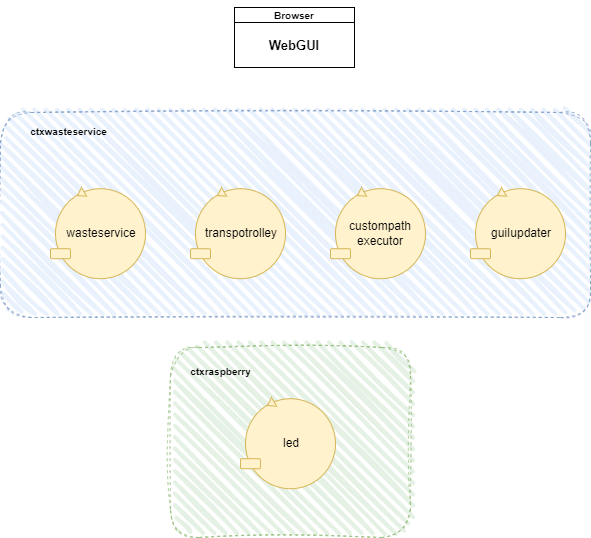
The draw.io diagram Sprint-3/userDocs/img/Focus-Sprint3.png in LucaLand/WasteService22-LLA, before a commit. Source tidied: cells renumbered, new cells last; positions are measured from the earlier drawing's top-left corner, leaving out a move shared by most shapes. Its diagram source:
```xml
<mxGraphModel>
  <root>
    <mxCell id="0" />
    <mxCell id="1" parent="0" />
    <mxCell id="2" style="rounded=1;whiteSpace=wrap;html=1;strokeWidth=1;fillWeight=4;hachureGap=8;hachureAngle=45;fillColor=#dae8fc;dashed=1;strokeColor=#6c8ebf;fillStyle=hachure;perimeterSpacing=1;sketch=1;curveFitting=1;jiggle=2;shadow=0;glass=0;opacity=60;" parent="1" vertex="1">
      <mxGeometry y="112" width="590" height="205" as="geometry" />
    </mxCell>
    <mxCell id="3" value="&lt;span style=&quot;font-size: 10px;&quot;&gt;ctxwasteservice&lt;br&gt;&lt;/span&gt;" style="text;strokeColor=none;fillColor=none;html=1;fontSize=24;fontStyle=1;verticalAlign=middle;align=center;" parent="1" vertex="1">
      <mxGeometry x="17.8" y="107" width="100" height="40" as="geometry" />
    </mxCell>
    <mxCell id="4" style="group;" parent="1" vertex="1">
      <mxGeometry x="470" y="187" width="95" height="91.2" as="geometry" />
    </mxCell>
    <mxCell id="5" style="ellipse;whiteSpace=wrap;html=1;fillColor=#fff2cc;strokeColor=#d6b656;" parent="4" vertex="1">
      <mxGeometry x="5" y="1.2" width="90" height="90" as="geometry" />
    </mxCell>
    <mxCell id="6" style="rounded=1;whiteSpace=wrap;html=1;fillColor=#fff2cc;strokeColor=#d6b656;" parent="4" vertex="1">
      <mxGeometry y="61.2" width="20" height="10" as="geometry" />
    </mxCell>
    <mxCell id="7" style="triangle;whiteSpace=wrap;html=1;rotation=-210;fillColor=#fff2cc;strokeColor=#d6b656;" parent="4" vertex="1">
      <mxGeometry x="26.5" y="1.2" width="7.5" height="10" as="geometry" />
    </mxCell>
    <mxCell id="8" value="guiIupdater" style="text;html=1;strokeColor=none;fillColor=none;align=center;verticalAlign=middle;whiteSpace=wrap;rounded=0;" parent="4" vertex="1">
      <mxGeometry x="7" y="8.7" width="88" height="75" as="geometry" />
    </mxCell>
    <mxCell id="9" style="rounded=1;whiteSpace=wrap;html=1;strokeWidth=1;fillWeight=4;hachureGap=8;hachureAngle=45;fillColor=#d5e8d4;dashed=1;strokeColor=#82b366;fillStyle=hachure;perimeterSpacing=1;sketch=1;curveFitting=1;jiggle=2;shadow=0;glass=0;opacity=60;" parent="1" vertex="1">
      <mxGeometry x="170" y="347" width="240" height="190" as="geometry" />
    </mxCell>
    <mxCell id="10" style="group;" parent="1" vertex="1">
      <mxGeometry x="330" y="187" width="95" height="91.2" as="geometry" />
    </mxCell>
    <mxCell id="11" value="custompath&lt;br&gt;executor" style="ellipse;whiteSpace=wrap;html=1;fillColor=#fff2cc;strokeColor=#d6b656;" parent="10" vertex="1">
      <mxGeometry x="5" y="1.2" width="90" height="90" as="geometry" />
    </mxCell>
    <mxCell id="12" style="rounded=1;whiteSpace=wrap;html=1;fillColor=#fff2cc;strokeColor=#d6b656;" parent="10" vertex="1">
      <mxGeometry y="61.2" width="20" height="10" as="geometry" />
    </mxCell>
    <mxCell id="13" style="triangle;whiteSpace=wrap;html=1;rotation=-210;fillColor=#fff2cc;strokeColor=#d6b656;" parent="10" vertex="1">
      <mxGeometry x="26.5" y="1.2" width="7.5" height="10" as="geometry" />
    </mxCell>
    <mxCell id="14" style="group;" parent="1" vertex="1">
      <mxGeometry x="190" y="187" width="95" height="91.2" as="geometry" />
    </mxCell>
    <mxCell id="15" style="ellipse;whiteSpace=wrap;html=1;fillColor=#fff2cc;strokeColor=#d6b656;" parent="14" vertex="1">
      <mxGeometry x="5" y="1.2" width="90" height="90" as="geometry" />
    </mxCell>
    <mxCell id="16" style="rounded=1;whiteSpace=wrap;html=1;fillColor=#fff2cc;strokeColor=#d6b656;" parent="14" vertex="1">
      <mxGeometry y="61.2" width="20" height="10" as="geometry" />
    </mxCell>
    <mxCell id="17" style="triangle;whiteSpace=wrap;html=1;rotation=-210;fillColor=#fff2cc;strokeColor=#d6b656;" parent="14" vertex="1">
      <mxGeometry x="26.5" y="1.2" width="7.5" height="10" as="geometry" />
    </mxCell>
    <mxCell id="18" value="transpotrolley" style="text;html=1;strokeColor=none;fillColor=none;align=center;verticalAlign=middle;whiteSpace=wrap;rounded=0;" parent="14" vertex="1">
      <mxGeometry x="7" y="8.7" width="88" height="75" as="geometry" />
    </mxCell>
    <mxCell id="19" style="group;" parent="1" vertex="1">
      <mxGeometry x="50" y="187" width="95" height="91.2" as="geometry" />
    </mxCell>
    <mxCell id="20" style="ellipse;whiteSpace=wrap;html=1;fillColor=#fff2cc;strokeColor=#d6b656;" parent="19" vertex="1">
      <mxGeometry x="5" y="1.2" width="90" height="90" as="geometry" />
    </mxCell>
    <mxCell id="21" style="rounded=1;whiteSpace=wrap;html=1;fillColor=#fff2cc;strokeColor=#d6b656;" parent="19" vertex="1">
      <mxGeometry y="61.2" width="20" height="10" as="geometry" />
    </mxCell>
    <mxCell id="22" style="triangle;whiteSpace=wrap;html=1;rotation=-210;fillColor=#fff2cc;strokeColor=#d6b656;" parent="19" vertex="1">
      <mxGeometry x="26.5" y="1.2" width="7.5" height="10" as="geometry" />
    </mxCell>
    <mxCell id="23" value="wasteservice" style="text;html=1;strokeColor=none;fillColor=none;align=center;verticalAlign=middle;whiteSpace=wrap;rounded=0;" parent="19" vertex="1">
      <mxGeometry x="7" y="8.7" width="88" height="75" as="geometry" />
    </mxCell>
    <mxCell id="24" value="&lt;span style=&quot;font-size: 10px;&quot;&gt;ctxraspberry&lt;br&gt;&lt;/span&gt;" style="text;strokeColor=none;fillColor=none;html=1;fontSize=24;fontStyle=1;verticalAlign=middle;align=center;" parent="1" vertex="1">
      <mxGeometry x="170" y="347" width="100" height="40" as="geometry" />
    </mxCell>
    <mxCell id="25" style="group;" parent="1" vertex="1">
      <mxGeometry x="240" y="397" width="95" height="91.2" as="geometry" />
    </mxCell>
    <mxCell id="26" style="ellipse;whiteSpace=wrap;html=1;fillColor=#fff2cc;strokeColor=#d6b656;" parent="25" vertex="1">
      <mxGeometry x="5" y="1.2" width="90" height="90" as="geometry" />
    </mxCell>
    <mxCell id="27" style="rounded=1;whiteSpace=wrap;html=1;fillColor=#fff2cc;strokeColor=#d6b656;" parent="25" vertex="1">
      <mxGeometry y="61.2" width="20" height="10" as="geometry" />
    </mxCell>
    <mxCell id="28" style="triangle;whiteSpace=wrap;html=1;rotation=-210;fillColor=#fff2cc;strokeColor=#d6b656;" parent="25" vertex="1">
      <mxGeometry x="26.5" y="1.2" width="7.5" height="10" as="geometry" />
    </mxCell>
    <mxCell id="29" value="led" style="text;html=1;strokeColor=none;fillColor=none;align=center;verticalAlign=middle;whiteSpace=wrap;rounded=0;" parent="25" vertex="1">
      <mxGeometry x="7" y="8.7" width="88" height="75" as="geometry" />
    </mxCell>
    <mxCell id="30" style="group;" parent="1" vertex="1">
      <mxGeometry x="234" y="7" width="120" height="60" as="geometry" />
    </mxCell>
    <mxCell id="31" style="rounded=0;whiteSpace=wrap;html=1;" parent="30" vertex="1">
      <mxGeometry width="120" height="60" as="geometry" />
    </mxCell>
    <mxCell id="32" style="endArrow=none;html=1;rounded=0;entryX=1;entryY=0.25;entryDx=0;entryDy=0;exitX=0;exitY=0.25;exitDx=0;exitDy=0;" parent="30" edge="1" source="31" target="31">
      <mxGeometry relative="1" as="geometry" />
    </mxCell>
    <mxCell id="33" value="&lt;b&gt;&lt;font style=&quot;font-size: 10px;&quot;&gt;Browser&lt;/font&gt;&lt;/b&gt;" style="text;html=1;strokeColor=none;fillColor=none;align=center;verticalAlign=middle;whiteSpace=wrap;rounded=0;" parent="30" vertex="1">
      <mxGeometry x="30" y="-7" width="60" height="30" as="geometry" />
    </mxCell>
    <mxCell id="34" value="&lt;b&gt;&lt;font style=&quot;font-size: 13px;&quot;&gt;WebGUI&lt;/font&gt;&lt;/b&gt;" style="text;html=1;strokeColor=none;fillColor=none;align=center;verticalAlign=middle;whiteSpace=wrap;rounded=0;" parent="30" vertex="1">
      <mxGeometry x="30" y="23" width="60" height="30" as="geometry" />
    </mxCell>
  </root>
</mxGraphModel>
```
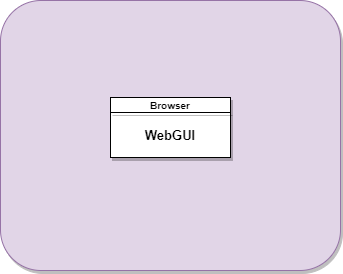
The same diagram one commit later.

The edit, as a diff of the source:
```diff
@@ -2,104 +2,23 @@
   <root>
     <mxCell id="0" />
     <mxCell id="1" parent="0" />
-    <mxCell id="2" style="rounded=1;whiteSpace=wrap;html=1;strokeWidth=1;fillWeight=4;hachureGap=8;hachureAngle=45;fillColor=#dae8fc;dashed=1;strokeColor=#6c8ebf;fillStyle=hachure;perimeterSpacing=1;sketch=1;curveFitting=1;jiggle=2;shadow=0;glass=0;opacity=60;" parent="1" vertex="1">
-      <mxGeometry y="112" width="590" height="205" as="geometry" />
+    <mxCell id="2" style="rounded=1;whiteSpace=wrap;html=1;fillColor=#e1d5e7;strokeColor=#9673a6;shadow=1;" parent="1" vertex="1">
+      <mxGeometry x="100" y="-163" width="340" height="270" as="geometry" />
     </mxCell>
-    <mxCell id="3" value="&lt;span style=&quot;font-size: 10px;&quot;&gt;ctxwasteservice&lt;br&gt;&lt;/span&gt;" style="text;strokeColor=none;fillColor=none;html=1;fontSize=24;fontStyle=1;verticalAlign=middle;align=center;" parent="1" vertex="1">
-      <mxGeometry x="17.8" y="107" width="100" height="40" as="geometry" />
+    <mxCell id="3" style="group;shadow=1;" parent="1" vertex="1">
+      <mxGeometry x="210" y="-66" width="120" height="60" as="geometry" />
     </mxCell>
-    <mxCell id="4" style="group;" parent="1" vertex="1">
-      <mxGeometry x="470" y="187" width="95" height="91.2" as="geometry" />
+    <mxCell id="4" style="rounded=0;whiteSpace=wrap;html=1;shadow=1;" parent="3" vertex="1">
+      <mxGeometry width="120" height="60" as="geometry" />
     </mxCell>
-    <mxCell id="5" style="ellipse;whiteSpace=wrap;html=1;fillColor=#fff2cc;strokeColor=#d6b656;" parent="4" vertex="1">
-      <mxGeometry x="5" y="1.2" width="90" height="90" as="geometry" />
+    <mxCell id="5" style="endArrow=none;html=1;rounded=0;entryX=1;entryY=0.25;entryDx=0;entryDy=0;exitX=0;exitY=0.25;exitDx=0;exitDy=0;shadow=1;" parent="3" edge="1" source="4" target="4">
+      <mxGeometry relative="1" as="geometry" />
     </mxCell>
-    <mxCell id="6" style="rounded=1;whiteSpace=wrap;html=1;fillColor=#fff2cc;strokeColor=#d6b656;" parent="4" vertex="1">
-      <mxGeometry y="61.2" width="20" height="10" as="geometry" />
+    <mxCell id="6" value="&lt;b&gt;&lt;font style=&quot;font-size: 10px;&quot;&gt;Browser&lt;/font&gt;&lt;/b&gt;" style="text;html=1;strokeColor=none;fillColor=none;align=center;verticalAlign=middle;whiteSpace=wrap;rounded=0;shadow=1;" parent="3" vertex="1">
+      <mxGeometry x="30" y="-7" width="60" height="30" as="geometry" />
     </mxCell>
-    <mxCell id="7" style="triangle;whiteSpace=wrap;html=1;rotation=-210;fillColor=#fff2cc;strokeColor=#d6b656;" parent="4" vertex="1">
-      <mxGeometry x="26.5" y="1.2" width="7.5" height="10" as="geometry" />
+    <mxCell id="7" value="&lt;b&gt;&lt;font style=&quot;font-size: 13px;&quot;&gt;WebGUI&lt;/font&gt;&lt;/b&gt;" style="text;html=1;strokeColor=none;fillColor=none;align=center;verticalAlign=middle;whiteSpace=wrap;rounded=0;shadow=1;" parent="3" vertex="1">
+      <mxGeometry x="30" y="23" width="60" height="30" as="geometry" />
     </mxCell>
-    <mxCell id="8" value="guiIupdater" style="text;html=1;strokeColor=none;fillColor=none;align=center;verticalAlign=middle;whiteSpace=wrap;rounded=0;" parent="4" vertex="1">
-      <mxGeometry x="7" y="8.7" width="88" height="75" as="geometry" />
-    </mxCell>
-    <mxCell id="9" style="rounded=1;whiteSpace=wrap;html=1;strokeWidth=1;fillWeight=4;hachureGap=8;hachureAngle=45;fillColor=#d5e8d4;dashed=1;strokeColor=#82b366;fillStyle=hachure;perimeterSpacing=1;sketch=1;curveFitting=1;jiggle=2;shadow=0;glass=0;opacity=60;" parent="1" vertex="1">
-      <mxGeometry x="170" y="347" width="240" height="190" as="geometry" />
-    </mxCell>
-    <mxCell id="10" style="group;" parent="1" vertex="1">
-      <mxGeometry x="330" y="187" width="95" height="91.2" as="geometry" />
-    </mxCell>
-    <mxCell id="11" value="custompath&lt;br&gt;executor" style="ellipse;whiteSpace=wrap;html=1;fillColor=#fff2cc;strokeColor=#d6b656;" parent="10" vertex="1">
-      <mxGeometry x="5" y="1.2" width="90" height="90" as="geometry" />
-    </mxCell>
-    <mxCell id="12" style="rounded=1;whiteSpace=wrap;html=1;fillColor=#fff2cc;strokeColor=#d6b656;" parent="10" vertex="1">
-      <mxGeometry y="61.2" width="20" height="10" as="geometry" />
-    </mxCell>
-    <mxCell id="13" style="triangle;whiteSpace=wrap;html=1;rotation=-210;fillColor=#fff2cc;strokeColor=#d6b656;" parent="10" vertex="1">
-      <mxGeometry x="26.5" y="1.2" width="7.5" height="10" as="geometry" />
-    </mxCell>
-    <mxCell id="14" style="group;" parent="1" vertex="1">
-      <mxGeometry x="190" y="187" width="95" height="91.2" as="geometry" />
-    </mxCell>
-    <mxCell id="15" style="ellipse;whiteSpace=wrap;html=1;fillColor=#fff2cc;strokeColor=#d6b656;" parent="14" vertex="1">
-      <mxGeometry x="5" y="1.2" width="90" height="90" as="geometry" />
-    </mxCell>
-    <mxCell id="16" style="rounded=1;whiteSpace=wrap;html=1;fillColor=#fff2cc;strokeColor=#d6b656;" parent="14" vertex="1">
-      <mxGeometry y="61.2" width="20" height="10" as="geometry" />
-    </mxCell>
-    <mxCell id="17" style="triangle;whiteSpace=wrap;html=1;rotation=-210;fillColor=#fff2cc;strokeColor=#d6b656;" parent="14" vertex="1">
-      <mxGeometry x="26.5" y="1.2" width="7.5" height="10" as="geometry" />
-    </mxCell>
-    <mxCell id="18" value="transpotrolley" style="text;html=1;strokeColor=none;fillColor=none;align=center;verticalAlign=middle;whiteSpace=wrap;rounded=0;" parent="14" vertex="1">
-      <mxGeometry x="7" y="8.7" width="88" height="75" as="geometry" />
-    </mxCell>
-    <mxCell id="19" style="group;" parent="1" vertex="1">
-      <mxGeometry x="50" y="187" width="95" height="91.2" as="geometry" />
-    </mxCell>
-    <mxCell id="20" style="ellipse;whiteSpace=wrap;html=1;fillColor=#fff2cc;strokeColor=#d6b656;" parent="19" vertex="1">
-      <mxGeometry x="5" y="1.2" width="90" height="90" as="geometry" />
-    </mxCell>
-    <mxCell id="21" style="rounded=1;whiteSpace=wrap;html=1;fillColor=#fff2cc;strokeColor=#d6b656;" parent="19" vertex="1">
-      <mxGeometry y="61.2" width="20" height="10" as="geometry" />
-    </mxCell>
-    <mxCell id="22" style="triangle;whiteSpace=wrap;html=1;rotation=-210;fillColor=#fff2cc;strokeColor=#d6b656;" parent="19" vertex="1">
-      <mxGeometry x="26.5" y="1.2" width="7.5" height="10" as="geometry" />
-    </mxCell>
-    <mxCell id="23" value="wasteservice" style="text;html=1;strokeColor=none;fillColor=none;align=center;verticalAlign=middle;whiteSpace=wrap;rounded=0;" parent="19" vertex="1">
-      <mxGeometry x="7" y="8.7" width="88" height="75" as="geometry" />
-    </mxCell>
-    <mxCell id="24" value="&lt;span style=&quot;font-size: 10px;&quot;&gt;ctxraspberry&lt;br&gt;&lt;/span&gt;" style="text;strokeColor=none;fillColor=none;html=1;fontSize=24;fontStyle=1;verticalAlign=middle;align=center;" parent="1" vertex="1">
-      <mxGeometry x="170" y="347" width="100" height="40" as="geometry" />
-    </mxCell>
-    <mxCell id="25" style="group;" parent="1" vertex="1">
-      <mxGeometry x="240" y="397" width="95" height="91.2" as="geometry" />
-    </mxCell>
-    <mxCell id="26" style="ellipse;whiteSpace=wrap;html=1;fillColor=#fff2cc;strokeColor=#d6b656;" parent="25" vertex="1">
-      <mxGeometry x="5" y="1.2" width="90" height="90" as="geometry" />
-    </mxCell>
-    <mxCell id="27" style="rounded=1;whiteSpace=wrap;html=1;fillColor=#fff2cc;strokeColor=#d6b656;" parent="25" vertex="1">
-      <mxGeometry y="61.2" width="20" height="10" as="geometry" />
-    </mxCell>
-    <mxCell id="28" style="triangle;whiteSpace=wrap;html=1;rotation=-210;fillColor=#fff2cc;strokeColor=#d6b656;" parent="25" vertex="1">
-      <mxGeometry x="26.5" y="1.2" width="7.5" height="10" as="geometry" />
-    </mxCell>
-    <mxCell id="29" value="led" style="text;html=1;strokeColor=none;fillColor=none;align=center;verticalAlign=middle;whiteSpace=wrap;rounded=0;" parent="25" vertex="1">
-      <mxGeometry x="7" y="8.7" width="88" height="75" as="geometry" />
-    </mxCell>
-    <mxCell id="30" style="group;" parent="1" vertex="1">
-      <mxGeometry x="234" y="7" width="120" height="60" as="geometry" />
-    </mxCell>
-    <mxCell id="31" style="rounded=0;whiteSpace=wrap;html=1;" parent="30" vertex="1">
-      <mxGeometry width="120" height="60" as="geometry" />
-    </mxCell>
-    <mxCell id="32" style="endArrow=none;html=1;rounded=0;entryX=1;entryY=0.25;entryDx=0;entryDy=0;exitX=0;exitY=0.25;exitDx=0;exitDy=0;" parent="30" edge="1" source="31" target="31">
-      <mxGeometry relative="1" as="geometry" />
-    </mxCell>
-    <mxCell id="33" value="&lt;b&gt;&lt;font style=&quot;font-size: 10px;&quot;&gt;Browser&lt;/font&gt;&lt;/b&gt;" style="text;html=1;strokeColor=none;fillColor=none;align=center;verticalAlign=middle;whiteSpace=wrap;rounded=0;" parent="30" vertex="1">
-      <mxGeometry x="30" y="-7" width="60" height="30" as="geometry" />
-    </mxCell>
-    <mxCell id="34" value="&lt;b&gt;&lt;font style=&quot;font-size: 13px;&quot;&gt;WebGUI&lt;/font&gt;&lt;/b&gt;" style="text;html=1;strokeColor=none;fillColor=none;align=center;verticalAlign=middle;whiteSpace=wrap;rounded=0;" parent="30" vertex="1">
-      <mxGeometry x="30" y="23" width="60" height="30" as="geometry" />
-    </mxCell>
   </root>
 </mxGraphModel>
```
